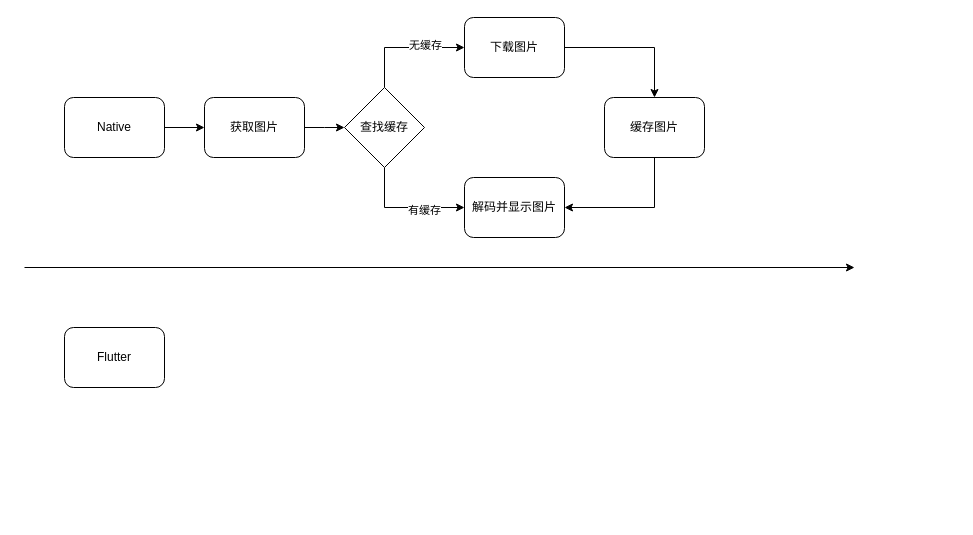
Before: flutter_image.drawio in hardygege/work, a draw.io diagram. Source tidied: cells renumbered, new cells numbered last; positions are measured from the earlier drawing's top-left corner, leaving out a move shared by most shapes. Both pictures are drawn from the tidied source at 100%, with x=0, y=0 at pixel (24, 17).
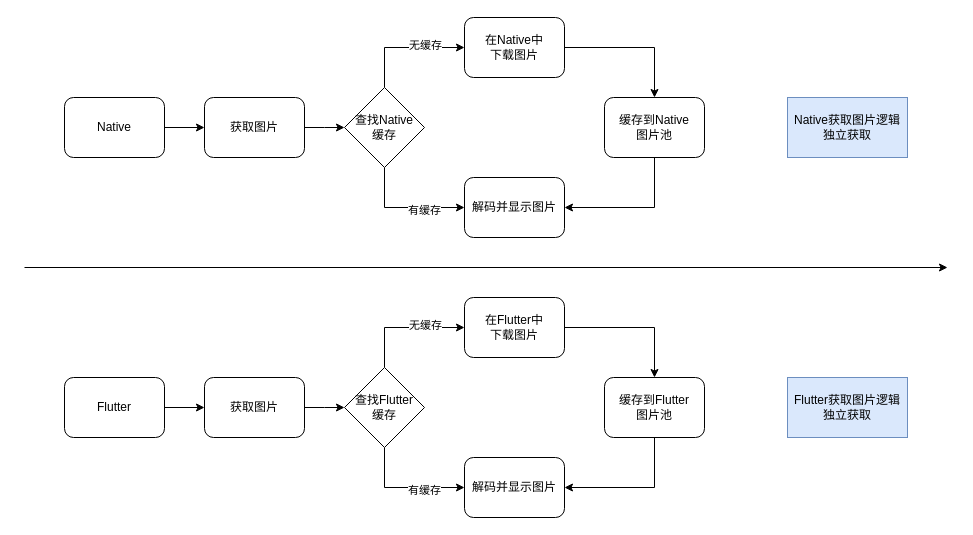
The same diagram, later.

The edit, as a diff of the source:
```diff
@@
-    <mxCell id="4" value="Flutter" style="rounded=1;whiteSpace=wrap;html=1;" parent="1" vertex="1">
-      <mxGeometry x="40" y="310" width="100" height="60" as="geometry" />
-    </mxCell>
@@
-    <mxCell id="8" value="下载图片" style="rounded=1;whiteSpace=wrap;html=1;" parent="1" vertex="1">
+    <mxCell id="8" value="在Native中&lt;br&gt;下载图片" style="rounded=1;whiteSpace=wrap;html=1;" parent="1" vertex="1">
       <mxGeometry x="440" width="100" height="60" as="geometry" />
     </mxCell>
@@
-    <mxCell id="11" value="缓存图片" style="rounded=1;whiteSpace=wrap;html=1;" parent="1" vertex="1">
+    <mxCell id="11" value="缓存到Native&lt;br&gt;图片池" style="rounded=1;whiteSpace=wrap;html=1;" parent="1" vertex="1">
       <mxGeometry x="580" y="80" width="100" height="60" as="geometry" />
     </mxCell>
@@
-    <mxCell id="16" value="查找缓存" style="rhombus;whiteSpace=wrap;html=1;" parent="1" vertex="1">
+    <mxCell id="16" value="查找Native&lt;br&gt;缓存" style="rhombus;whiteSpace=wrap;html=1;" parent="1" vertex="1">
       <mxGeometry x="320" y="70" width="80" height="80" as="geometry" />
     </mxCell>
     <mxCell id="17" style="endArrow=classic;html=1;" parent="1" edge="1">
       <mxGeometry relative="1" as="geometry">
         <mxPoint y="250" as="sourcePoint" />
-        <mxPoint x="830" y="250" as="targetPoint" />
+        <mxPoint x="923" y="250" as="targetPoint" />
       </mxGeometry>
     </mxCell>
+    <mxCell id="18" style="edgeStyle=orthogonalEdgeStyle;rounded=0;jettySize=auto;html=1;" parent="1" edge="1" source="4" target="20">
+      <mxGeometry relative="1" as="geometry" />
+    </mxCell>
+    <mxCell id="4" value="Flutter" style="rounded=1;whiteSpace=wrap;html=1;" parent="1" vertex="1">
+      <mxGeometry x="40" y="360" width="100" height="60" as="geometry" />
+    </mxCell>
+    <mxCell id="19" style="edgeStyle=orthogonalEdgeStyle;rounded=0;jettySize=auto;html=1;" parent="1" edge="1" source="20">
+      <mxGeometry relative="1" as="geometry">
+        <mxPoint x="320" y="390" as="targetPoint" />
+      </mxGeometry>
+    </mxCell>
+    <mxCell id="20" value="获取图片" style="rounded=1;whiteSpace=wrap;html=1;" parent="1" vertex="1">
+      <mxGeometry x="180" y="360" width="100" height="60" as="geometry" />
+    </mxCell>
+    <mxCell id="21" style="edgeStyle=orthogonalEdgeStyle;rounded=0;jettySize=auto;html=1;" parent="1" edge="1" source="22" target="25">
+      <mxGeometry relative="1" as="geometry">
+        <Array as="points">
+          <mxPoint x="630" y="310" />
+        </Array>
+      </mxGeometry>
+    </mxCell>
+    <mxCell id="22" value="在Flutter中&lt;br&gt;下载图片" style="rounded=1;whiteSpace=wrap;html=1;" parent="1" vertex="1">
+      <mxGeometry x="440" y="280" width="100" height="60" as="geometry" />
+    </mxCell>
+    <mxCell id="23" value="解码并显示图片" style="rounded=1;whiteSpace=wrap;html=1;" parent="1" vertex="1">
+      <mxGeometry x="440" y="440" width="100" height="60" as="geometry" />
+    </mxCell>
+    <mxCell id="24" style="edgeStyle=orthogonalEdgeStyle;rounded=0;jettySize=auto;html=1;entryX=1;entryY=0.5;entryDx=0;entryDy=0;" parent="1" edge="1" source="25" target="23">
+      <mxGeometry relative="1" as="geometry">
+        <Array as="points">
+          <mxPoint x="630" y="470" />
+        </Array>
+      </mxGeometry>
+    </mxCell>
+    <mxCell id="25" value="缓存到Flutter&lt;br&gt;图片池" style="rounded=1;whiteSpace=wrap;html=1;" parent="1" vertex="1">
+      <mxGeometry x="580" y="360" width="100" height="60" as="geometry" />
+    </mxCell>
+    <mxCell id="26" style="edgeStyle=orthogonalEdgeStyle;rounded=0;jettySize=auto;html=1;entryX=0;entryY=0.5;entryDx=0;entryDy=0;" parent="1" edge="1" source="30" target="23">
+      <mxGeometry relative="1" as="geometry">
+        <Array as="points">
+          <mxPoint x="360" y="470" />
+        </Array>
+      </mxGeometry>
+    </mxCell>
+    <mxCell id="27" value="有缓存" style="edgeLabel;html=1;align=center;verticalAlign=middle;" parent="26" vertex="1">
+      <mxGeometry x="0.32" y="-2" relative="1" as="geometry" />
+    </mxCell>
+    <mxCell id="28" style="edgeStyle=orthogonalEdgeStyle;rounded=0;jettySize=auto;html=1;entryX=0;entryY=0.5;entryDx=0;entryDy=0;" parent="1" edge="1" source="30" target="22">
+      <mxGeometry relative="1" as="geometry">
+        <Array as="points">
+          <mxPoint x="360" y="310" />
+        </Array>
+      </mxGeometry>
+    </mxCell>
+    <mxCell id="29" value="无缓存" style="edgeLabel;html=1;align=center;verticalAlign=middle;" parent="28" vertex="1">
+      <mxGeometry x="0.33" y="3" relative="1" as="geometry" />
+    </mxCell>
+    <mxCell id="30" value="查找Flutter&lt;br&gt;缓存" style="rhombus;whiteSpace=wrap;html=1;" parent="1" vertex="1">
+      <mxGeometry x="320" y="350" width="80" height="80" as="geometry" />
+    </mxCell>
+    <mxCell id="31" value="Native获取图片逻辑&lt;br&gt;独立获取" style="rounded=0;whiteSpace=wrap;html=1;fillColor=#dae8fc;strokeColor=#6c8ebf;" parent="1" vertex="1">
+      <mxGeometry x="763" y="80" width="120" height="60" as="geometry" />
+    </mxCell>
+    <mxCell id="32" value="Flutter获取图片逻辑&lt;br&gt;独立获取" style="rounded=0;whiteSpace=wrap;html=1;fillColor=#dae8fc;strokeColor=#6c8ebf;" parent="1" vertex="1">
+      <mxGeometry x="763" y="360" width="120" height="60" as="geometry" />
+    </mxCell>
```
